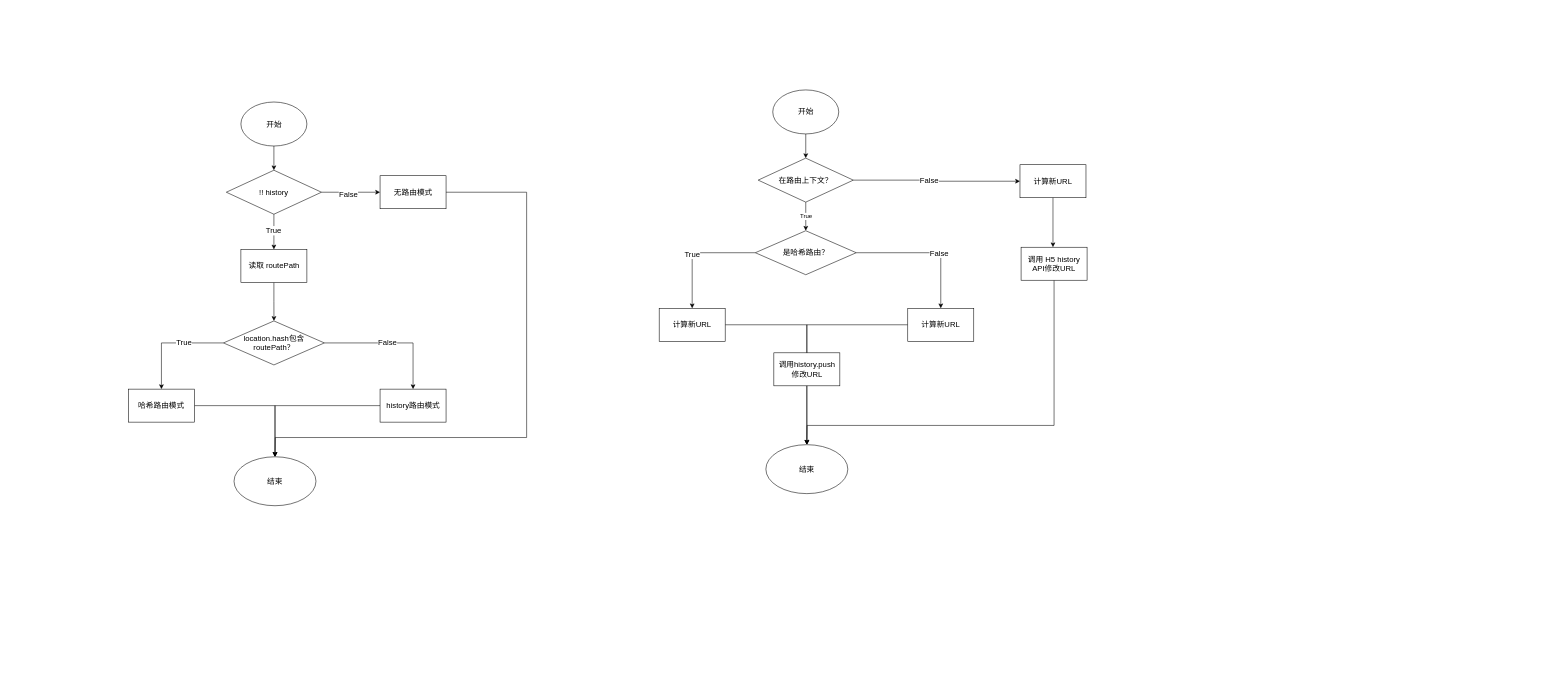
Earlier version of the draw.io diagram URL Manipulation.drawio (Zsynuting/diagram). Source tidied: cells renumbered, new cells numbered last; positions are measured from the earlier drawing's top-left corner, leaving out a move shared by most shapes. Both pictures are drawn from the tidied source at 55%, with x=0, y=0 at pixel (128, 90).
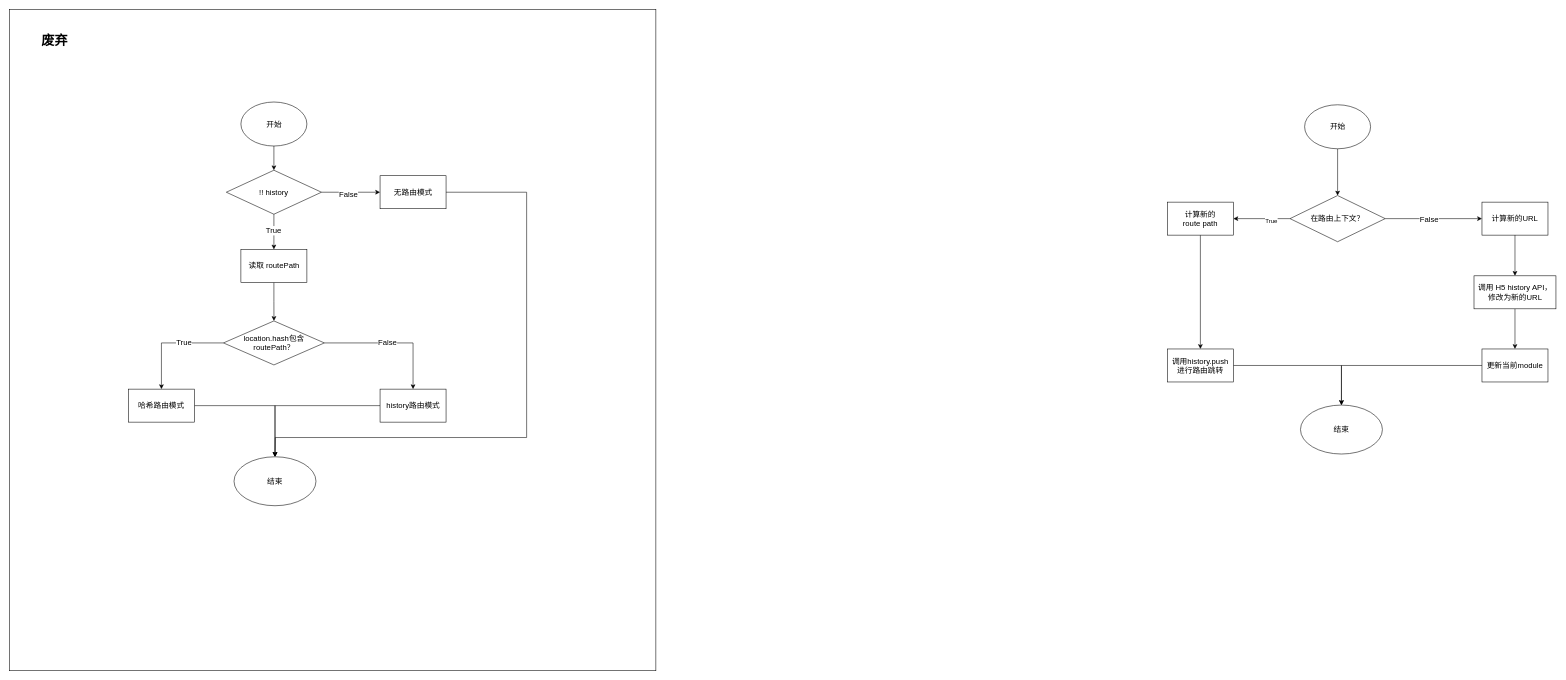
The same page after the edit.

Diff of the diagram source:
```diff
@@
+    <mxCell id="44" style="rounded=0;whiteSpace=wrap;html=1;" parent="1" vertex="1">
+      <mxGeometry x="-216" y="-146" width="1175" height="1202" as="geometry" />
+    </mxCell>
@@
     <mxCell id="24" value="开始" style="ellipse;whiteSpace=wrap;html=1;fontSize=14;labelBorderColor=none;" parent="1" vertex="1">
-      <mxGeometry x="1171.5" width="120" height="80" as="geometry" />
+      <mxGeometry x="2138.5" y="27" width="120" height="80" as="geometry" />
     </mxCell>
@@
-    <mxCell id="27" value="True" style="edgeStyle=orthogonalEdgeStyle;rounded=0;jettySize=auto;html=1;" parent="1" edge="1" source="28" target="35">
-      <mxGeometry relative="1" as="geometry" />
+    <mxCell id="27" style="edgeStyle=orthogonalEdgeStyle;rounded=0;jettySize=auto;html=1;" parent="1" edge="1" source="51" target="43">
+      <mxGeometry x="0.01" relative="1" as="geometry" />
     </mxCell>
     <mxCell id="28" value="在路由上下文？" style="rhombus;whiteSpace=wrap;html=1;fontSize=14;labelBorderColor=none;" parent="1" vertex="1">
-      <mxGeometry x="1145" y="124" width="173" height="80" as="geometry" />
+      <mxGeometry x="2112" y="192" width="173" height="84" as="geometry" />
     </mxCell>
-    <mxCell id="29" style="edgeStyle=orthogonalEdgeStyle;rounded=0;jettySize=auto;html=1;" parent="1" edge="1" source="42" target="40">
-      <mxGeometry relative="1" as="geometry">
-        <Array as="points">
-          <mxPoint x="1683" y="610" />
-          <mxPoint x="1234" y="610" />
-        </Array>
-      </mxGeometry>
-    </mxCell>
-    <mxCell id="30" value="计算新URL" style="whiteSpace=wrap;html=1;fontSize=14;labelBorderColor=none;" parent="1" vertex="1">
-      <mxGeometry x="1621" y="136" width="120" height="60" as="geometry" />
+    <mxCell id="30" value="计算新的URL" style="whiteSpace=wrap;html=1;fontSize=14;labelBorderColor=none;" parent="1" vertex="1">
+      <mxGeometry x="2461" y="204" width="120" height="60" as="geometry" />
     </mxCell>
-    <mxCell id="31" style="edgeStyle=orthogonalEdgeStyle;rounded=0;jettySize=auto;html=1;fontSize=14;labelBorderColor=none;" parent="1" edge="1" source="35" target="37">
-      <mxGeometry relative="1" as="geometry" />
-    </mxCell>
-    <mxCell id="32" value="True" style="edgeLabel;html=1;align=center;verticalAlign=middle;fontSize=14;labelBorderColor=none;" parent="31" vertex="1">
-      <mxGeometry x="-0.27" y="-2" relative="1" as="geometry">
-        <mxPoint x="-36" y="4" as="offset" />
-      </mxGeometry>
-    </mxCell>
-    <mxCell id="33" style="edgeStyle=orthogonalEdgeStyle;rounded=0;jettySize=auto;html=1;fontSize=14;labelBorderColor=none;" parent="1" edge="1" source="35" target="39">
-      <mxGeometry relative="1" as="geometry" />
-    </mxCell>
-    <mxCell id="34" value="False" style="edgeLabel;html=1;align=center;verticalAlign=middle;fontSize=14;labelBorderColor=none;" parent="33" vertex="1">
-      <mxGeometry x="-0.07" y="2" relative="1" as="geometry">
-        <mxPoint x="32" y="2" as="offset" />
-      </mxGeometry>
-    </mxCell>
-    <mxCell id="35" value="是哈希路由？" style="rhombus;whiteSpace=wrap;html=1;fontSize=14;labelBorderColor=none;" parent="1" vertex="1">
-      <mxGeometry x="1139.8" y="256" width="183.5" height="80" as="geometry" />
-    </mxCell>
-    <mxCell id="36" style="edgeStyle=orthogonalEdgeStyle;rounded=0;jettySize=auto;html=1;fontSize=14;labelBorderColor=none;" parent="1" edge="1" source="37" target="40">
-      <mxGeometry relative="1" as="geometry" />
-    </mxCell>
-    <mxCell id="37" value="计算新URL" style="whiteSpace=wrap;html=1;fontSize=14;labelBorderColor=none;" parent="1" vertex="1">
-      <mxGeometry x="965" y="397" width="120" height="60" as="geometry" />
-    </mxCell>
-    <mxCell id="38" style="edgeStyle=orthogonalEdgeStyle;rounded=0;jettySize=auto;html=1;fontSize=14;labelBorderColor=none;" parent="1" edge="1" source="39" target="40">
-      <mxGeometry relative="1" as="geometry" />
-    </mxCell>
-    <mxCell id="39" value="计算新URL" style="whiteSpace=wrap;html=1;fontSize=14;labelBorderColor=none;" parent="1" vertex="1">
-      <mxGeometry x="1417" y="397" width="120" height="60" as="geometry" />
-    </mxCell>
     <mxCell id="40" value="结束" style="ellipse;whiteSpace=wrap;html=1;fontSize=14;labelBorderColor=none;" parent="1" vertex="1">
-      <mxGeometry x="1159" y="645" width="149" height="89" as="geometry" />
+      <mxGeometry x="2131" y="573" width="149" height="89" as="geometry" />
     </mxCell>
     <mxCell id="41" style="edgeStyle=orthogonalEdgeStyle;rounded=0;jettySize=auto;html=1;" parent="1" edge="1" source="30" target="42">
       <mxGeometry relative="1" as="geometry">
         <Array as="points">
-          <mxPoint x="1691" y="164" />
+          <mxPoint x="2521" y="291" />
+          <mxPoint x="2521" y="291" />
         </Array>
       </mxGeometry>
     </mxCell>
+    <mxCell id="45" style="edgeStyle=orthogonalEdgeStyle;rounded=0;jettySize=auto;html=1;" parent="1" edge="1" source="42" target="49">
+      <mxGeometry relative="1" as="geometry" />
+    </mxCell>
-    <mxCell id="42" value="调用 H5 history API修改URL" style="whiteSpace=wrap;html=1;fontSize=14;labelBorderColor=none;" parent="1" vertex="1">
-      <mxGeometry x="1623" y="286" width="120" height="60" as="geometry" />
+    <mxCell id="42" value="调用 H5 history API，&lt;br&gt;修改为新的URL" style="whiteSpace=wrap;html=1;fontSize=14;labelBorderColor=none;" parent="1" vertex="1">
+      <mxGeometry x="2446.5" y="338" width="149" height="60" as="geometry" />
     </mxCell>
+    <mxCell id="46" style="edgeStyle=orthogonalEdgeStyle;rounded=0;jettySize=auto;html=1;" parent="1" edge="1" source="43" target="40">
+      <mxGeometry relative="1" as="geometry" />
+    </mxCell>
-    <mxCell id="43" value="调用history.push&lt;br&gt;修改URL" style="whiteSpace=wrap;html=1;fontSize=14;labelBorderColor=none;" parent="1" vertex="1">
-      <mxGeometry x="1173.5" y="478" width="120" height="60" as="geometry" />
+    <mxCell id="43" value="调用history.push&lt;br&gt;进行路由跳转" style="whiteSpace=wrap;html=1;fontSize=14;labelBorderColor=none;" parent="1" vertex="1">
+      <mxGeometry x="1889" y="471" width="120" height="60" as="geometry" />
     </mxCell>
+    <mxCell id="47" value="&lt;h1&gt;废弃&lt;/h1&gt;" style="text;html=1;spacing=5;spacingTop=-20;whiteSpace=wrap;overflow=hidden;rounded=0;" parent="1" vertex="1">
+      <mxGeometry x="-163" y="-109" width="190" height="120" as="geometry" />
+    </mxCell>
+    <mxCell id="48" style="edgeStyle=orthogonalEdgeStyle;rounded=0;jettySize=auto;html=1;" parent="1" edge="1" source="49" target="40">
+      <mxGeometry relative="1" as="geometry" />
+    </mxCell>
+    <mxCell id="49" value="更新当前module" style="whiteSpace=wrap;html=1;fontSize=14;labelBorderColor=none;" parent="1" vertex="1">
+      <mxGeometry x="2461" y="471" width="120" height="60" as="geometry" />
+    </mxCell>
+    <mxCell id="50" style="edgeStyle=orthogonalEdgeStyle;rounded=0;jettySize=auto;html=1;" parent="1" edge="1" source="28" target="51">
+      <mxGeometry x="0.01" relative="1" as="geometry" />
+    </mxCell>
+    <mxCell id="32" value="True" style="edgeLabel;html=1;align=center;verticalAlign=middle;" parent="50" vertex="1">
+      <mxGeometry x="-0.32" y="3" relative="1" as="geometry" />
+    </mxCell>
+    <mxCell id="51" value="计算新的&lt;br&gt;route path" style="whiteSpace=wrap;html=1;fontSize=14;labelBorderColor=none;" parent="1" vertex="1">
+      <mxGeometry x="1889" y="204" width="120" height="60" as="geometry" />
+    </mxCell>
```
